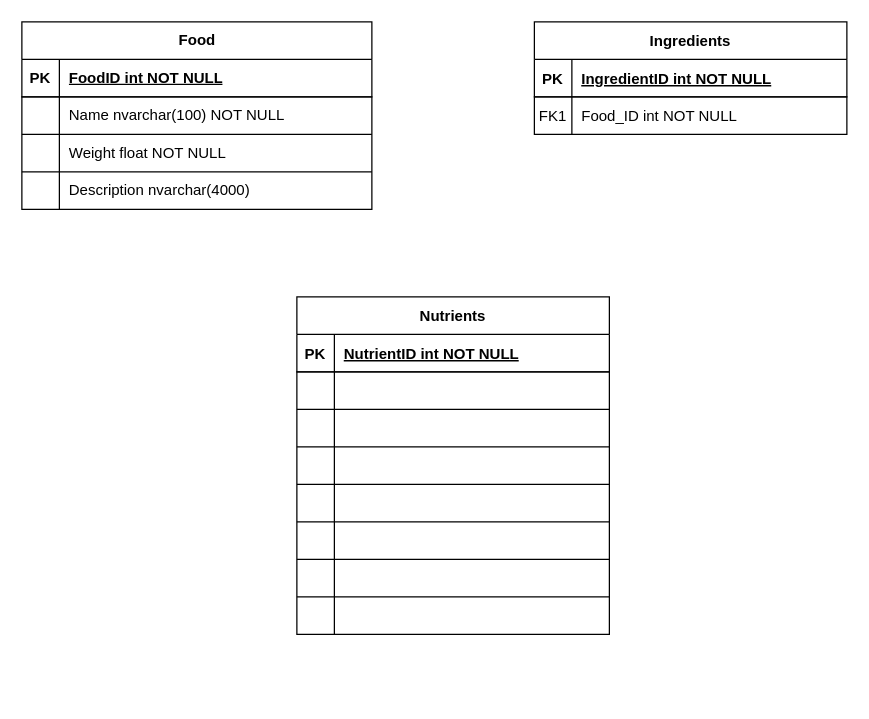
The draw.io diagram docs/Database Food.drawio in dod0lp/Food-Database, before the edit. Source tidied: cells renumbered, new cells numbered last; positions are measured from the earlier drawing's top-left corner, leaving out a move shared by most shapes. Both pictures are drawn from the tidied source at 125%, with x=0, y=0 at pixel (21, 21).
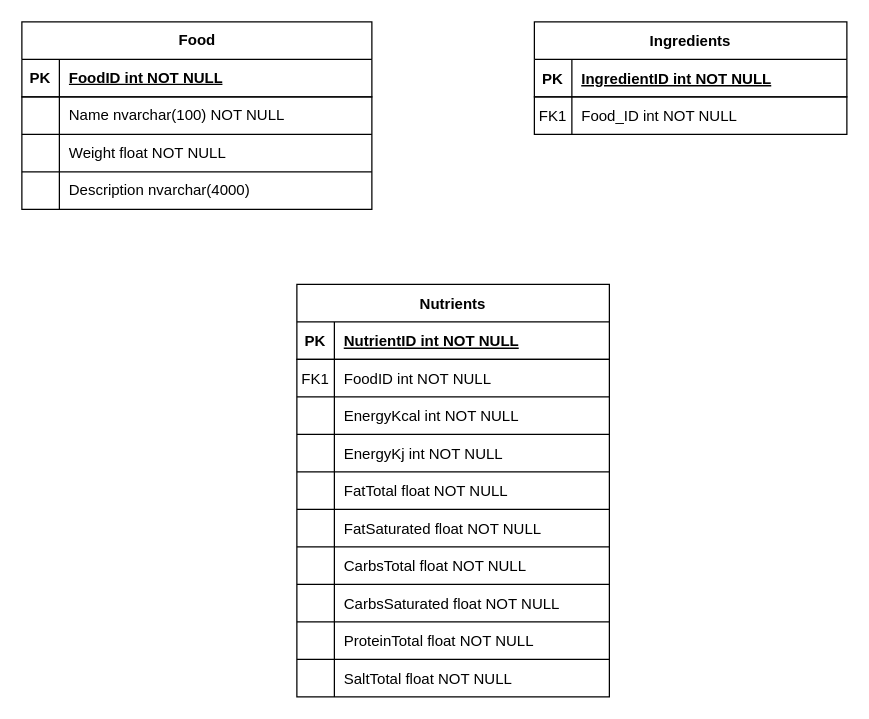
Above is the later version.

Commit message:
Entity relationships for tables done

Unchanged cells that the change refers to:
```xml
<mxCell id="13" style="shape=partialRectangle;fillColor=none;top=0;left=0;right=0;bottom=0;" parent="9" vertex="1">
  <mxGeometry y="60" width="250" height="30" as="geometry" />
</mxCell>
<mxCell id="16" style="shape=partialRectangle;fillColor=none;top=0;left=0;right=0;bottom=0;" parent="9" vertex="1">
  <mxGeometry y="90" width="250" height="30" as="geometry" />
</mxCell>
<mxCell id="19" style="shape=partialRectangle;fillColor=none;top=0;left=0;right=0;bottom=0;" parent="9" vertex="1">
  <mxGeometry y="120" width="250" height="30" as="geometry" />
</mxCell>
<mxCell id="22" style="shape=partialRectangle;fillColor=none;top=0;left=0;right=0;bottom=0;" parent="9" vertex="1">
  <mxGeometry y="150" width="250" height="30" as="geometry" />
</mxCell>
<mxCell id="25" style="shape=partialRectangle;fillColor=none;top=0;left=0;right=0;bottom=0;" parent="9" vertex="1">
  <mxGeometry y="180" width="250" height="30" as="geometry" />
</mxCell>
<mxCell id="28" style="shape=partialRectangle;fillColor=none;top=0;left=0;right=0;bottom=0;" parent="9" vertex="1">
  <mxGeometry y="210" width="250" height="30" as="geometry" />
</mxCell>
<mxCell id="31" style="shape=partialRectangle;fillColor=none;top=0;left=0;right=0;bottom=0;" parent="9" vertex="1">
  <mxGeometry y="240" width="250" height="30" as="geometry" />
</mxCell>
```

The edit, as a diff of the source:
```diff
@@
     <mxCell id="9" value="Nutrients" style="shape=table;startSize=30;childLayout=tableLayout;rowLines=1;fontStyle=1;align=center;" parent="1" vertex="1">
-      <mxGeometry x="220" y="220" width="250" height="270" as="geometry" />
+      <mxGeometry x="220" y="210" width="250" height="330" as="geometry" />
     </mxCell>
@@
-    <mxCell id="14" style="shape=partialRectangle;overflow=hidden;fillColor=none;top=0;left=0;bottom=0;right=0;" parent="13" vertex="1">
+    <mxCell id="14" value="FK1" style="shape=partialRectangle;overflow=hidden;fillColor=none;top=0;left=0;bottom=0;right=0;" parent="13" vertex="1">
       <mxGeometry width="30" height="30" as="geometry" />
     </mxCell>
-    <mxCell id="15" style="shape=partialRectangle;overflow=hidden;fillColor=none;top=0;left=0;bottom=0;right=0;align=left;spacingLeft=6;" parent="13" vertex="1">
+    <mxCell id="15" value="FoodID int NOT NULL" style="shape=partialRectangle;overflow=hidden;fillColor=none;top=0;left=0;bottom=0;right=0;align=left;spacingLeft=6;" parent="13" vertex="1">
       <mxGeometry x="30" width="220" height="30" as="geometry" />
     </mxCell>
@@
-    <mxCell id="18" style="shape=partialRectangle;overflow=hidden;fillColor=none;top=0;left=0;bottom=0;right=0;align=left;spacingLeft=6;" parent="16" vertex="1">
+    <mxCell id="18" value="EnergyKcal int NOT NULL" style="shape=partialRectangle;overflow=hidden;fillColor=none;top=0;left=0;bottom=0;right=0;align=left;spacingLeft=6;" parent="16" vertex="1">
       <mxGeometry x="30" width="220" height="30" as="geometry" />
     </mxCell>
@@
-    <mxCell id="21" style="shape=partialRectangle;overflow=hidden;fillColor=none;top=0;left=0;bottom=0;right=0;align=left;spacingLeft=6;" parent="19" vertex="1">
+    <mxCell id="21" value="EnergyKj int NOT NULL" style="shape=partialRectangle;overflow=hidden;fillColor=none;top=0;left=0;bottom=0;right=0;align=left;spacingLeft=6;" parent="19" vertex="1">
       <mxGeometry x="30" width="220" height="30" as="geometry" />
     </mxCell>
@@
-    <mxCell id="24" style="shape=partialRectangle;overflow=hidden;fillColor=none;top=0;left=0;bottom=0;right=0;align=left;spacingLeft=6;" parent="22" vertex="1">
+    <mxCell id="24" value="FatTotal float NOT NULL" style="shape=partialRectangle;overflow=hidden;fillColor=none;top=0;left=0;bottom=0;right=0;align=left;spacingLeft=6;" parent="22" vertex="1">
       <mxGeometry x="30" width="220" height="30" as="geometry" />
     </mxCell>
@@
-    <mxCell id="27" style="shape=partialRectangle;overflow=hidden;fillColor=none;top=0;left=0;bottom=0;right=0;align=left;spacingLeft=6;" parent="25" vertex="1">
+    <mxCell id="27" value="FatSaturated float NOT NULL" style="shape=partialRectangle;overflow=hidden;fillColor=none;top=0;left=0;bottom=0;right=0;align=left;spacingLeft=6;" parent="25" vertex="1">
       <mxGeometry x="30" width="220" height="30" as="geometry" />
     </mxCell>
@@
-    <mxCell id="30" style="shape=partialRectangle;overflow=hidden;fillColor=none;top=0;left=0;bottom=0;right=0;align=left;spacingLeft=6;" parent="28" vertex="1">
+    <mxCell id="30" value="CarbsTotal float NOT NULL" style="shape=partialRectangle;overflow=hidden;fillColor=none;top=0;left=0;bottom=0;right=0;align=left;spacingLeft=6;" parent="28" vertex="1">
       <mxGeometry x="30" width="220" height="30" as="geometry" />
     </mxCell>
@@
-    <mxCell id="33" style="shape=partialRectangle;overflow=hidden;fillColor=none;top=0;left=0;bottom=0;right=0;align=left;spacingLeft=6;" parent="31" vertex="1">
+    <mxCell id="33" value="CarbsSaturated float NOT NULL" style="shape=partialRectangle;overflow=hidden;fillColor=none;top=0;left=0;bottom=0;right=0;align=left;spacingLeft=6;" parent="31" vertex="1">
       <mxGeometry x="30" width="220" height="30" as="geometry" />
     </mxCell>
+    <mxCell id="48" style="shape=partialRectangle;fillColor=none;top=0;left=0;right=0;bottom=0;" parent="9" vertex="1">
+      <mxGeometry y="270" width="250" height="30" as="geometry" />
+    </mxCell>
+    <mxCell id="49" style="shape=partialRectangle;overflow=hidden;fillColor=none;top=0;left=0;bottom=0;right=0;" parent="48" vertex="1">
+      <mxGeometry width="30" height="30" as="geometry" />
+    </mxCell>
+    <mxCell id="50" value="ProteinTotal float NOT NULL" style="shape=partialRectangle;overflow=hidden;fillColor=none;top=0;left=0;bottom=0;right=0;align=left;spacingLeft=6;" parent="48" vertex="1">
+      <mxGeometry x="30" width="220" height="30" as="geometry" />
+    </mxCell>
+    <mxCell id="51" style="shape=partialRectangle;fillColor=none;top=0;left=0;right=0;bottom=0;" parent="9" vertex="1">
+      <mxGeometry y="300" width="250" height="30" as="geometry" />
+    </mxCell>
+    <mxCell id="52" style="shape=partialRectangle;overflow=hidden;fillColor=none;top=0;left=0;bottom=0;right=0;" parent="51" vertex="1">
+      <mxGeometry width="30" height="30" as="geometry" />
+    </mxCell>
+    <mxCell id="53" value="SaltTotal float NOT NULL" style="shape=partialRectangle;overflow=hidden;fillColor=none;top=0;left=0;bottom=0;right=0;align=left;spacingLeft=6;" parent="51" vertex="1">
+      <mxGeometry x="30" width="220" height="30" as="geometry" />
+    </mxCell>
```
